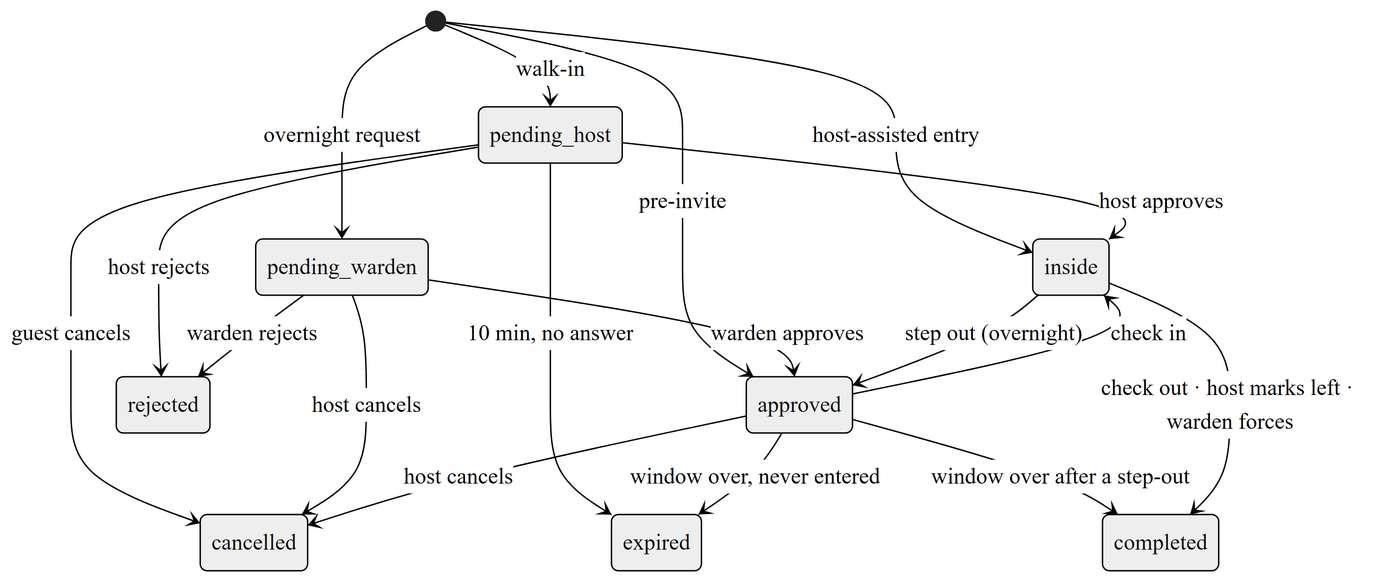
keeratpunia/HAVEN keeps this Mermaid diagram as docs/report/diagrams/state.png. Above is the earlier version. Its source is kept beside it as docs/report/diagrams/state.mmd. The source it was exported from:
```mermaid
stateDiagram-v2
  [*] --> pending_host: walk-in
  [*] --> pending_warden: overnight request
  [*] --> approved: pre-invite
  [*] --> inside: host-assisted entry
  pending_host --> inside: host approves
  pending_host --> rejected: host rejects
  pending_host --> expired: 10 min, no answer
  pending_host --> cancelled: guest cancels
  pending_warden --> approved: warden approves
  pending_warden --> rejected: warden rejects
  pending_warden --> cancelled: host cancels
  approved --> inside: check in
  approved --> cancelled: host cancels
  approved --> expired: window over, never entered
  approved --> completed: window over after a step-out
  inside --> approved: step out (overnight)
  inside --> completed: check out · host marks left · warden forces
```
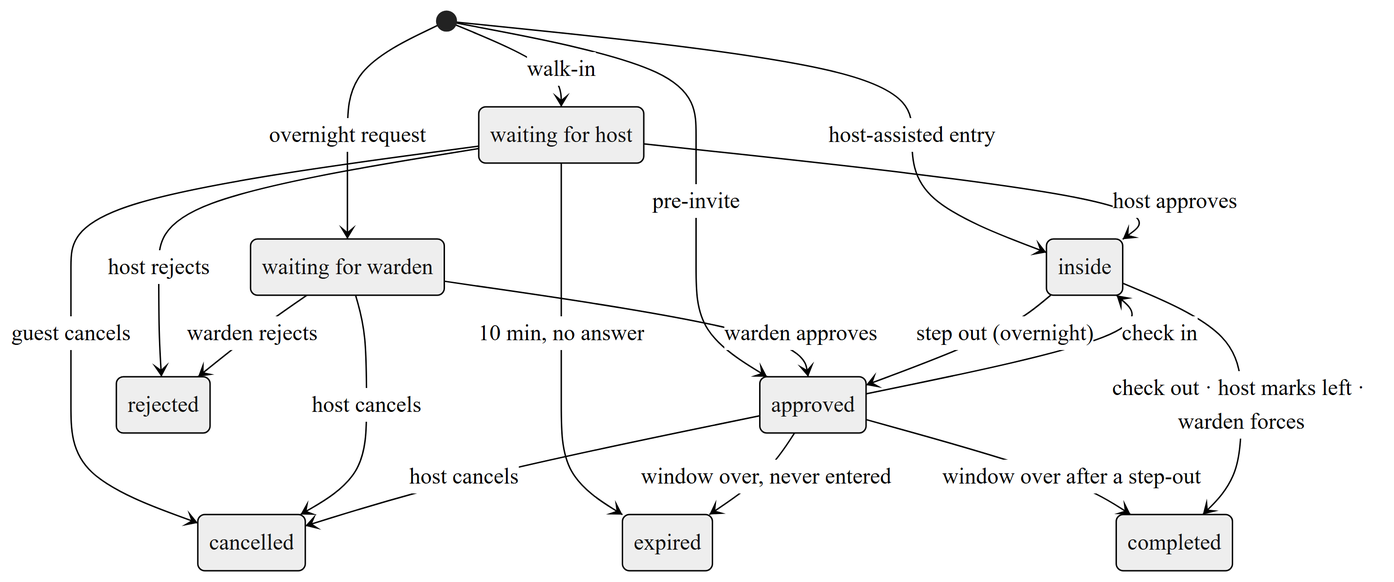
Later version of the same file.

Change to the diagram source:
```diff
@@ -1,4 +1,6 @@
 stateDiagram-v2
+  state "waiting for host" as pending_host
+  state "waiting for warden" as pending_warden
   [*] --> pending_host: walk-in
   [*] --> pending_warden: overnight request
   [*] --> approved: pre-invite
```
